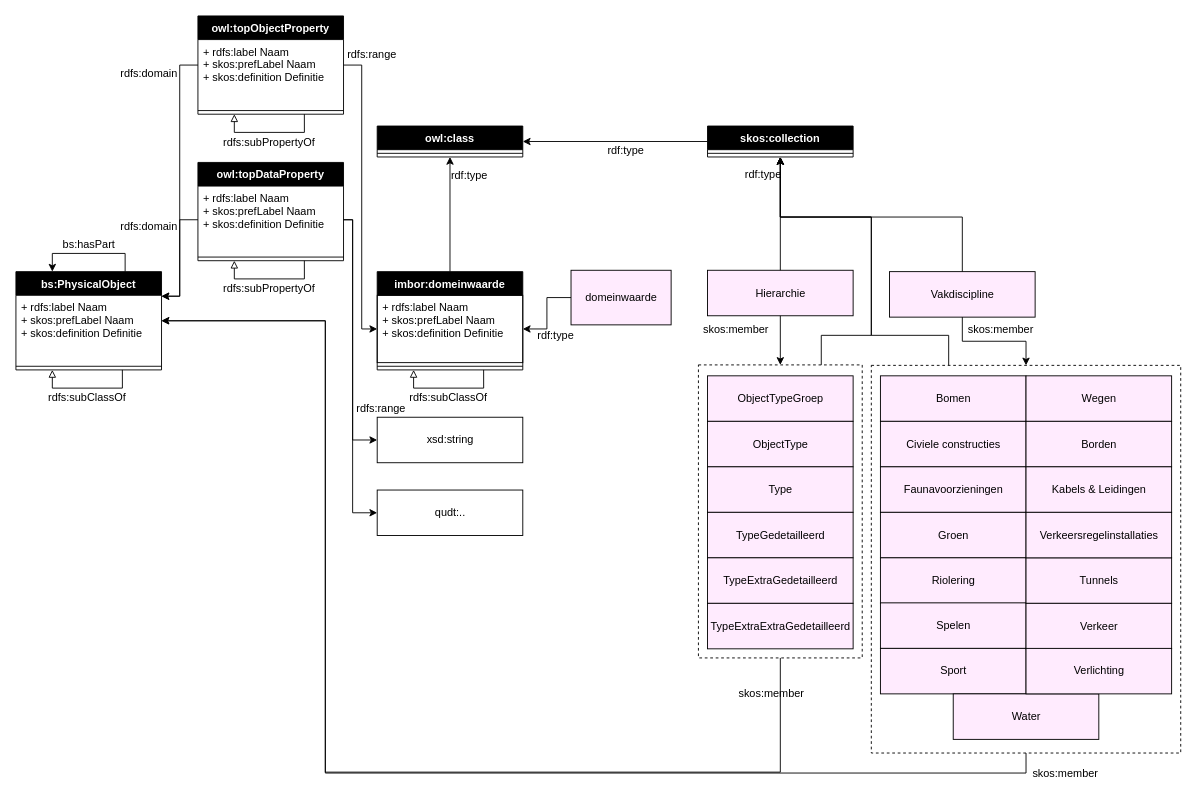
This is supporting files/Datamodel - BIM Pro OTL.drawio from Stichting-CROW/imbor, a draw.io file, before an edit. Source tidied: cells renumbered, new cells numbered last; positions are measured from the earlier drawing's top-left corner, leaving out a move shared by most shapes. Both pictures are drawn from the tidied source at 91%, with x=0, y=0 at pixel (15, 15).
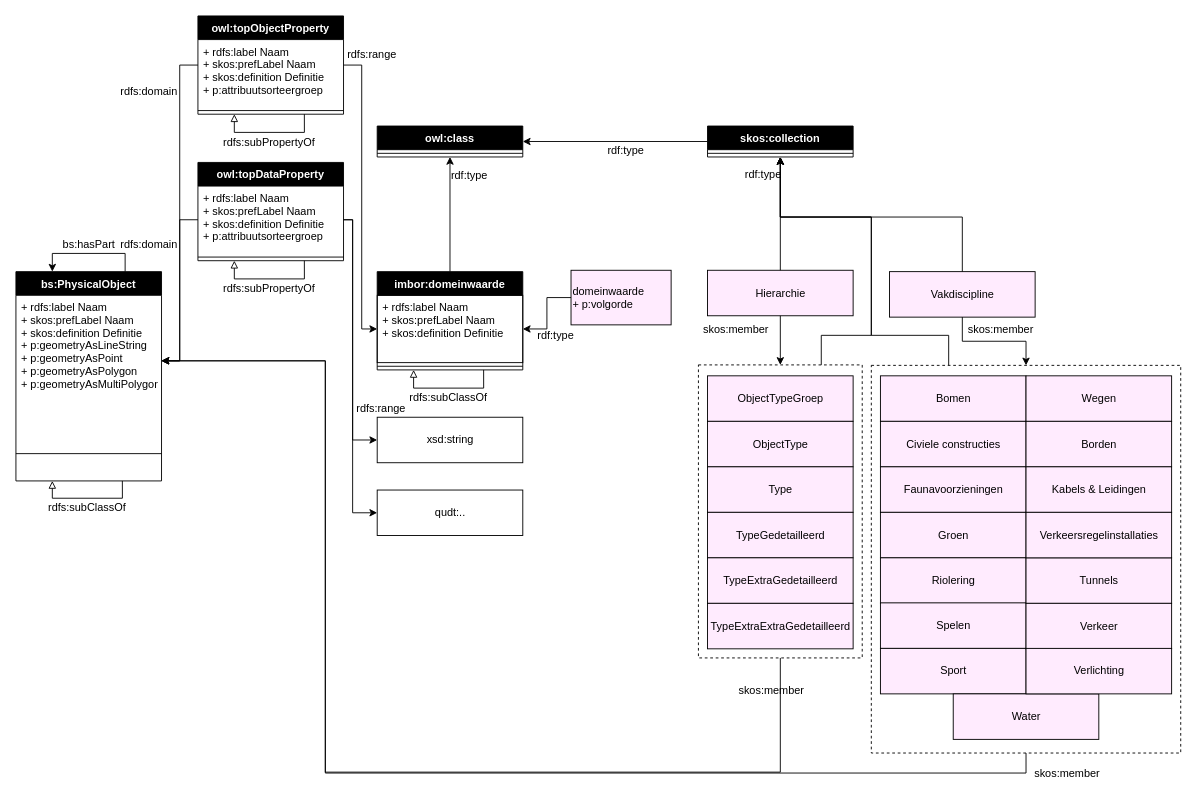
The same page after the edit.

Commit message:
Update Datamodel - BIM Pro OTL.drawio met direct properties

The change refers to these unchanged cells:
```xml
<mxCell id="2" style="rounded=0;whiteSpace=wrap;html=1;fillColor=none;gradientColor=none;fontColor=#000000;dashed=1;strokeColor=#000000;" parent="1" vertex="1">
  <mxGeometry x="940" y="384" width="340" height="426" as="geometry" />
</mxCell>
<mxCell id="3" style="rounded=0;whiteSpace=wrap;html=1;fillColor=none;gradientColor=none;fontColor=#000000;dashed=1;strokeColor=#000000;" parent="1" vertex="1">
  <mxGeometry x="750" y="383.5" width="180" height="322" as="geometry" />
</mxCell>
<mxCell id="33" value="owl:topObjectProperty" style="swimlane;fontStyle=1;align=center;verticalAlign=top;horizontal=1;startSize=26;fontColor=#FFFFFF;strokeColor=#000000;fillColor=#000000;" parent="1" vertex="1">
  <mxGeometry x="200" width="160" height="108" as="geometry" />
</mxCell>
<mxCell id="38" value="owl:topDataProperty" style="swimlane;fontStyle=1;align=center;verticalAlign=top;horizontal=1;startSize=26;fontColor=#FFFFFF;strokeColor=#000000;fillColor=#000000;" parent="1" vertex="1">
  <mxGeometry x="200" y="161" width="160" height="108" as="geometry" />
</mxCell>
<mxCell id="45" value="imbor:domeinwaarde" style="swimlane;fontStyle=1;align=center;verticalAlign=top;horizontal=1;startSize=26;fontColor=#FFFFFF;strokeColor=#000000;fillColor=#000000;" parent="1" vertex="1">
  <mxGeometry x="397" y="281" width="160" height="108" as="geometry" />
</mxCell>
```

The edit, as a diff of the source:
```diff
@@
-    <mxCell id="4" style="edgeStyle=orthogonalEdgeStyle;rounded=0;jettySize=auto;html=1;exitX=0;exitY=0.5;exitDx=0;exitDy=0;labelBackgroundColor=none;fontColor=#000000;entryX=1;entryY=0.25;entryDx=0;entryDy=0;strokeColor=#000000;" parent="1" edge="1" source="33" target="28">
+    <mxCell id="4" style="edgeStyle=orthogonalEdgeStyle;rounded=0;jettySize=auto;html=1;exitX=0;exitY=0.5;exitDx=0;exitDy=0;labelBackgroundColor=none;fontColor=#000000;entryX=1;entryY=0.5;entryDx=0;entryDy=0;strokeColor=#000000;" parent="1" edge="1" source="33" target="29">
       <mxGeometry relative="1" as="geometry" />
     </mxCell>
@@
-    <mxCell id="17" style="edgeStyle=orthogonalEdgeStyle;rounded=0;jettySize=auto;html=1;exitX=0;exitY=0.5;exitDx=0;exitDy=0;entryX=1;entryY=0.25;entryDx=0;entryDy=0;labelBackgroundColor=none;fontColor=#000000;strokeColor=#000000;" parent="1" edge="1" source="39" target="28">
-      <mxGeometry relative="1" as="geometry" />
+    <mxCell id="17" style="edgeStyle=orthogonalEdgeStyle;rounded=0;jettySize=auto;html=1;exitX=0;exitY=0.5;exitDx=0;exitDy=0;entryX=1;entryY=0.5;entryDx=0;entryDy=0;labelBackgroundColor=none;fontColor=#000000;strokeColor=#000000;" parent="1" edge="1" source="39" target="29">
+      <mxGeometry relative="1" as="geometry">
+        <Array as="points">
+          <mxPoint x="180" y="224" />
+          <mxPoint x="180" y="379" />
+        </Array>
+      </mxGeometry>
     </mxCell>
@@
     <mxCell id="28" value="bs:PhysicalObject" style="swimlane;fontStyle=1;align=center;verticalAlign=top;horizontal=1;startSize=26;fontColor=#FFFFFF;strokeColor=#000000;fillColor=#000000;" parent="1" vertex="1">
-      <mxGeometry y="281" width="160" height="108" as="geometry" />
+      <mxGeometry y="281" width="160" height="230" as="geometry" />
     </mxCell>
-    <mxCell id="29" value="+ rdfs:label Naam&#10;+ skos:prefLabel Naam&#10;+ skos:definition Definitie" style="text;strokeColor=none;fillColor=none;align=left;verticalAlign=top;spacingLeft=4;spacingRight=4;overflow=hidden;points=[[0,0.5],[1,0.5]];portConstraint=eastwest;fontColor=#000000;" parent="28" vertex="1">
-      <mxGeometry y="26" width="160" height="74" as="geometry" />
+    <mxCell id="29" value="+ rdfs:label Naam&#10;+ skos:prefLabel Naam&#10;+ skos:definition Definitie&#10;+ p:geometryAsLineString&#10;+ p:geometryAsPoint&#10;+ p:geometryAsPolygon&#10;+ p:geometryAsMultiPolygon&#10;" style="text;strokeColor=none;fillColor=none;align=left;verticalAlign=top;spacingLeft=4;spacingRight=4;overflow=hidden;points=[[0,0.5],[1,0.5]];portConstraint=eastwest;fontColor=#000000;" parent="28" vertex="1">
+      <mxGeometry y="26" width="160" height="144" as="geometry" />
     </mxCell>
     <mxCell id="30" style="line;strokeWidth=1;fillColor=none;align=left;verticalAlign=middle;spacingTop=-1;spacingLeft=3;spacingRight=3;labelPosition=right;points=[];portConstraint=eastwest;fontColor=#000000;" parent="28" vertex="1">
-      <mxGeometry y="100" width="160" height="8" as="geometry" />
+      <mxGeometry y="170" width="160" height="60" as="geometry" />
     </mxCell>
     <mxCell id="31" style="edgeStyle=orthogonalEdgeStyle;rounded=0;jettySize=auto;html=1;exitX=0.731;exitY=1;exitDx=0;exitDy=0;fontColor=#000000;labelBackgroundColor=none;endArrow=block;endFill=0;exitPerimeter=0;entryX=0.25;entryY=1;entryDx=0;entryDy=0;strokeColor=#000000;" parent="28" edge="1" source="30" target="28">
       <mxGeometry relative="1" as="geometry">
         <Array as="points">
-          <mxPoint x="117" y="128" />
-          <mxPoint x="40" y="128" />
+          <mxPoint x="117" y="249" />
+          <mxPoint x="40" y="249" />
         </Array>
       </mxGeometry>
     </mxCell>
@@
-    <mxCell id="34" value="+ rdfs:label Naam&#10;+ skos:prefLabel Naam&#10;+ skos:definition Definitie" style="text;strokeColor=none;fillColor=none;align=left;verticalAlign=top;spacingLeft=4;spacingRight=4;overflow=hidden;fontColor=#000000;" parent="33" vertex="1">
+    <mxCell id="34" value="+ rdfs:label Naam&#10;+ skos:prefLabel Naam&#10;+ skos:definition Definitie&#10;+ p:attribuutsorteergroep" style="text;strokeColor=none;fillColor=none;align=left;verticalAlign=top;spacingLeft=4;spacingRight=4;overflow=hidden;fontColor=#000000;" parent="33" vertex="1">
       <mxGeometry y="26" width="160" height="74" as="geometry" />
     </mxCell>
@@
-    <mxCell id="39" value="+ rdfs:label Naam&#10;+ skos:prefLabel Naam&#10;+ skos:definition Definitie" style="text;strokeColor=none;fillColor=none;align=left;verticalAlign=top;spacingLeft=4;spacingRight=4;overflow=hidden;points=[[0,0.5],[1,0.5]];portConstraint=eastwest;fontColor=#000000;" parent="38" vertex="1">
+    <mxCell id="39" value="+ rdfs:label Naam&#10;+ skos:prefLabel Naam&#10;+ skos:definition Definitie&#10;+ p:attribuutsorteergroep" style="text;strokeColor=none;fillColor=none;align=left;verticalAlign=top;spacingLeft=4;spacingRight=4;overflow=hidden;points=[[0,0.5],[1,0.5]];portConstraint=eastwest;fontColor=#000000;" parent="38" vertex="1">
       <mxGeometry y="26" width="160" height="74" as="geometry" />
     </mxCell>
@@
-    <mxCell id="46" value="+ rdfs:label Naam&#10;+ skos:prefLabel Naam&#10;+ skos:definition Definitie" style="text;strokeColor=#000000;fillColor=none;align=left;verticalAlign=top;spacingLeft=4;spacingRight=4;overflow=hidden;points=[[0,0.5],[1,0.5]];portConstraint=eastwest;fontColor=#000000;" parent="45" vertex="1">
+    <mxCell id="46" value="+ rdfs:label Naam&#10;+ skos:prefLabel Naam&#10;+ skos:definition Definitie&#10;" style="text;strokeColor=#000000;fillColor=none;align=left;verticalAlign=top;spacingLeft=4;spacingRight=4;overflow=hidden;points=[[0,0.5],[1,0.5]];portConstraint=eastwest;fontColor=#000000;" parent="45" vertex="1">
       <mxGeometry y="26" width="160" height="74" as="geometry" />
     </mxCell>
@@
-    <mxCell id="50" value="domeinwaarde" style="html=1;fontColor=#000000;fillColor=#FFEBFE;strokeColor=#000000;" parent="1" vertex="1">
+    <mxCell id="50" value="domeinwaarde&lt;br&gt;+ p:volgorde" style="html=1;fontColor=#000000;fillColor=#FFEBFE;strokeColor=#000000;align=left;" parent="1" vertex="1">
       <mxGeometry x="610" y="279.5" width="110" height="60" as="geometry" />
     </mxCell>
@@
-    <mxCell id="59" style="edgeStyle=orthogonalEdgeStyle;rounded=0;jettySize=auto;html=1;exitX=0.5;exitY=1;exitDx=0;exitDy=0;fontColor=#000000;labelBackgroundColor=none;entryX=1;entryY=0.5;entryDx=0;entryDy=0;strokeColor=#000000;" parent="1" edge="1" source="3" target="28">
+    <mxCell id="59" style="edgeStyle=orthogonalEdgeStyle;rounded=0;jettySize=auto;html=1;exitX=0.5;exitY=1;exitDx=0;exitDy=0;fontColor=#000000;labelBackgroundColor=none;entryX=1;entryY=0.5;entryDx=0;entryDy=0;strokeColor=#000000;" parent="1" edge="1" source="3" target="29">
       <mxGeometry relative="1" as="geometry">
         <Array as="points">
           <mxPoint x="840" y="831" />
           <mxPoint x="340" y="831" />
-          <mxPoint x="340" y="335" />
+          <mxPoint x="340" y="379" />
         </Array>
       </mxGeometry>
     </mxCell>
@@
-    <mxCell id="80" style="edgeStyle=orthogonalEdgeStyle;rounded=0;jettySize=auto;html=1;fontColor=#000000;labelBackgroundColor=none;entryX=1;entryY=0.5;entryDx=0;entryDy=0;strokeColor=#000000;exitX=0.5;exitY=1;exitDx=0;exitDy=0;" parent="1" edge="1" source="2" target="28">
+    <mxCell id="80" style="edgeStyle=orthogonalEdgeStyle;rounded=0;jettySize=auto;html=1;fontColor=#000000;labelBackgroundColor=none;strokeColor=#000000;exitX=0.5;exitY=1;exitDx=0;exitDy=0;entryX=1;entryY=0.5;entryDx=0;entryDy=0;" parent="1" edge="1" source="2" target="29">
       <mxGeometry relative="1" as="geometry">
         <Array as="points">
           <mxPoint x="1110" y="832" />
           <mxPoint x="340" y="832" />
-          <mxPoint x="340" y="335" />
+          <mxPoint x="340" y="379" />
         </Array>
       </mxGeometry>
     </mxCell>
```
